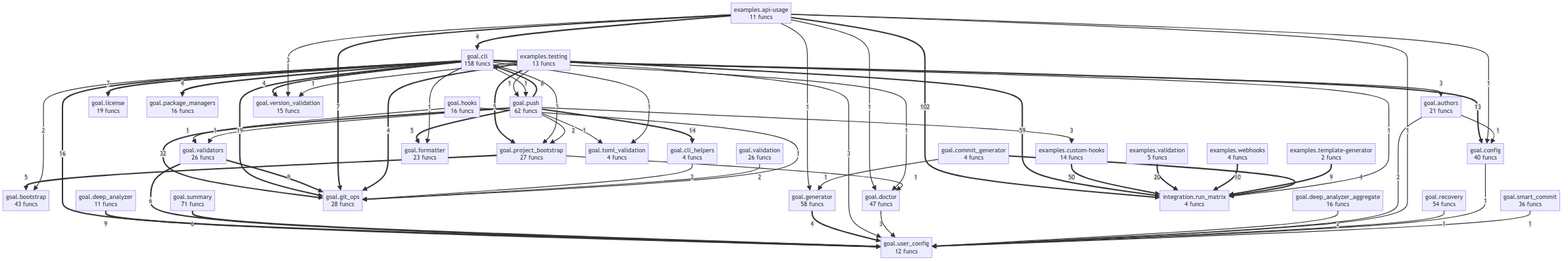
This is project/compact_flow.png from semcod/goal, a Mermaid export, as it was before one commit. Its source is kept beside it as project/compact_flow.mmd.
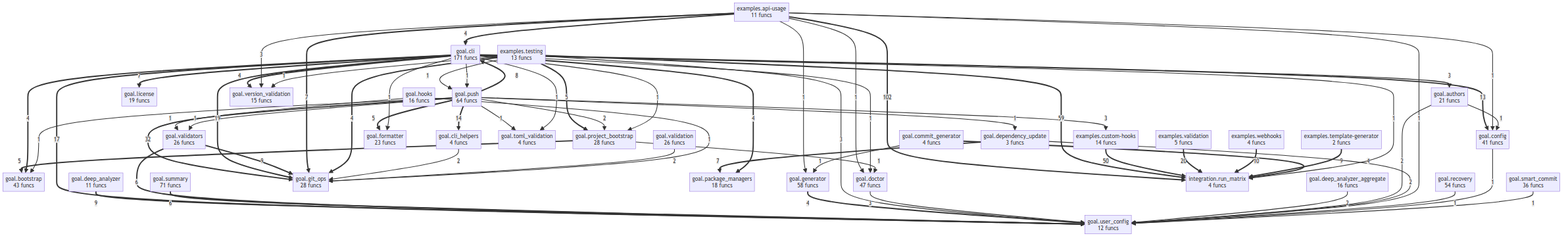
After the change.

Diff of the diagram source:
```diff
@@ -7,21 +7,22 @@
     examples__webhooks["examples.webhooks<br/>4 funcs"]
     goal__authors["goal.authors<br/>21 funcs"]
     goal__bootstrap["goal.bootstrap<br/>43 funcs"]
-    goal__cli["goal.cli<br/>158 funcs"]
+    goal__cli["goal.cli<br/>171 funcs"]
     goal__cli_helpers["goal.cli_helpers<br/>4 funcs"]
     goal__commit_generator["goal.commit_generator<br/>4 funcs"]
-    goal__config["goal.config<br/>40 funcs"]
+    goal__config["goal.config<br/>41 funcs"]
     goal__deep_analyzer["goal.deep_analyzer<br/>11 funcs"]
     goal__deep_analyzer_aggregate["goal.deep_analyzer_aggregate<br/>16 funcs"]
+    goal__dependency_update["goal.dependency_update<br/>3 funcs"]
     goal__doctor["goal.doctor<br/>47 funcs"]
     goal__formatter["goal.formatter<br/>23 funcs"]
     goal__generator["goal.generator<br/>58 funcs"]
     goal__git_ops["goal.git_ops<br/>28 funcs"]
     goal__hooks["goal.hooks<br/>16 funcs"]
     goal__license["goal.license<br/>19 funcs"]
-    goal__package_managers["goal.package_managers<br/>16 funcs"]
-    goal__project_bootstrap["goal.project_bootstrap<br/>27 funcs"]
-    goal__push["goal.push<br/>62 funcs"]
+    goal__package_managers["goal.package_managers<br/>18 funcs"]
+    goal__project_bootstrap["goal.project_bootstrap<br/>28 funcs"]
+    goal__push["goal.push<br/>64 funcs"]
     goal__recovery["goal.recovery<br/>54 funcs"]
     goal__smart_commit["goal.smart_commit<br/>36 funcs"]
     goal__summary["goal.summary<br/>71 funcs"]
@@ -37,7 +38,7 @@
     goal__push ==>|32| goal__git_ops
     examples__validation ==>|20| integration__run_matrix
     goal__cli ==>|19| goal__git_ops
-    goal__cli ==>|16| goal__user_config
+    goal__cli ==>|17| goal__user_config
     goal__push ==>|14| goal__cli_helpers
     goal__cli ==>|13| goal__config
     examples__webhooks ==>|10| integration__run_matrix
@@ -47,6 +48,7 @@
     goal__push ==>|8| goal__cli
     examples__api_usage ==>|7| goal__git_ops
     goal__cli ==>|7| goal__license
+    goal__dependency_update ==>|7| goal__package_managers
     goal__validators ==>|6| goal__user_config
     goal__summary ==>|6| goal__user_config
     examples__testing ==>|5| goal__project_bootstrap
@@ -56,20 +58,20 @@
     examples__testing ==>|4| goal__git_ops
     goal__commit_generator ==>|4| integration__run_matrix
     goal__generator ==>|4| goal__user_config
+    goal__cli ==>|4| goal__bootstrap
+    goal__cli ==>|4| goal__package_managers
     goal__cli ==>|4| goal__version_validation
-    goal__cli ==>|4| goal__package_managers
     examples__api_usage -->|3| goal__version_validation
     examples__testing -->|3| goal__user_config
     goal__push -->|3| examples__custom_hooks
     goal__cli -->|3| goal__authors
-    goal__cli -->|3| goal__project_bootstrap
     goal__doctor -->|3| goal__user_config
     goal__deep_analyzer_aggregate -->|2| goal__user_config
     goal__cli_helpers -->|2| goal__git_ops
-    goal__push -->|2| goal__project_bootstrap
-    goal__cli -->|2| goal__bootstrap
     goal__validation -->|2| goal__git_ops
     goal__authors -->|2| goal__user_config
+    goal__dependency_update -->|2| goal__user_config
+    goal__push -->|2| goal__project_bootstrap
     examples__api_usage -->|1| goal__config
     examples__api_usage -->|1| goal__user_config
     examples__api_usage -->|1| goal__doctor
@@ -81,13 +83,16 @@
     goal__hooks -->|1| goal__git_ops
     goal__hooks -->|1| goal__validators
     goal__recovery -->|1| goal__user_config
-    goal__push -->|1| goal__toml_validation
-    goal__push -->|1| goal__validators
     goal__cli -->|1| goal__doctor
     goal__cli -->|1| goal__formatter
-    goal__cli -->|1| goal__toml_validation
+    goal__cli -->|1| goal__project_bootstrap
     goal__cli -->|1| goal__push
     goal__config -->|1| goal__user_config
     goal__smart_commit -->|1| goal__user_config
     goal__authors -->|1| goal__config
     goal__project_bootstrap -->|1| goal__doctor
+    goal__push -->|1| goal__toml_validation
+    goal__push -->|1| goal__dependency_update
+    goal__push -->|1| goal__bootstrap
+    goal__push -->|1| goal__validators
+    goal__cli -->|1| goal__toml_validation
```
